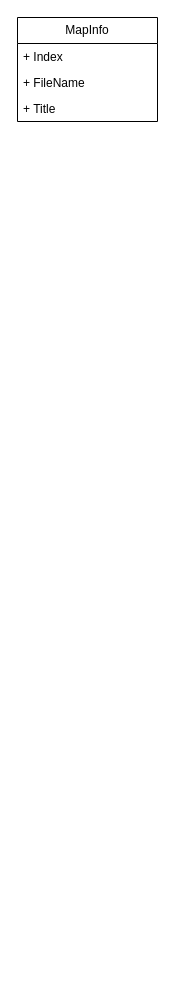
The draw.io diagram Untitled Diagram.drawio in tWX173908/pic, before the edit. Source tidied: cells renumbered, new cells numbered last; positions are measured from the earlier drawing's top-left corner, leaving out a move shared by most shapes. Both pictures are drawn from the tidied source at 100%, with x=0, y=0 at pixel (17, 17).
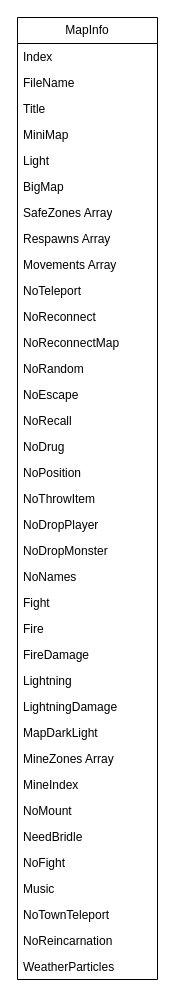
The same diagram, later.

Change to the diagram source:
```diff
@@
     <mxCell id="2" value="MapInfo" style="swimlane;fontStyle=0;horizontal=1;startSize=26;fillColor=none;whiteSpace=wrap;html=1;" parent="1" vertex="1">
-      <mxGeometry width="140" height="104" as="geometry" />
+      <mxGeometry width="140" height="962" as="geometry" />
     </mxCell>
-    <mxCell id="3" value="+ Index&lt;div&gt;&lt;br&gt;&lt;/div&gt;" style="text;strokeColor=none;fillColor=none;align=left;verticalAlign=top;spacingLeft=4;spacingRight=4;overflow=hidden;whiteSpace=wrap;html=1;" parent="2" vertex="1">
+    <mxCell id="3" value="Index" style="text;strokeColor=none;fillColor=none;align=left;verticalAlign=top;spacingLeft=4;spacingRight=4;overflow=hidden;whiteSpace=wrap;html=1;" parent="2" vertex="1">
       <mxGeometry y="26" width="140" height="26" as="geometry" />
     </mxCell>
-    <mxCell id="4" value="+ FileName&lt;div&gt;&lt;br&gt;&lt;/div&gt;" style="text;strokeColor=none;fillColor=none;align=left;verticalAlign=top;spacingLeft=4;spacingRight=4;overflow=hidden;whiteSpace=wrap;html=1;" parent="2" vertex="1">
+    <mxCell id="4" value="FileName" style="text;strokeColor=none;fillColor=none;align=left;verticalAlign=top;spacingLeft=4;spacingRight=4;overflow=hidden;whiteSpace=wrap;html=1;" parent="2" vertex="1">
       <mxGeometry y="52" width="140" height="26" as="geometry" />
     </mxCell>
-    <mxCell id="5" value="+ Title&lt;div&gt;&lt;br&gt;&lt;/div&gt;" style="text;strokeColor=none;fillColor=none;align=left;verticalAlign=top;spacingLeft=4;spacingRight=4;overflow=hidden;whiteSpace=wrap;html=1;" parent="2" vertex="1">
+    <mxCell id="5" value="Title" style="text;strokeColor=none;fillColor=none;align=left;verticalAlign=top;spacingLeft=4;spacingRight=4;overflow=hidden;whiteSpace=wrap;html=1;" parent="2" vertex="1">
       <mxGeometry y="78" width="140" height="26" as="geometry" />
     </mxCell>
+    <mxCell id="6" value="MiniMap" style="text;strokeColor=none;fillColor=none;align=left;verticalAlign=top;spacingLeft=4;spacingRight=4;overflow=hidden;whiteSpace=wrap;html=1;" parent="2" vertex="1">
+      <mxGeometry y="104" width="140" height="26" as="geometry" />
+    </mxCell>
+    <mxCell id="7" value="Light" style="text;strokeColor=none;fillColor=none;align=left;verticalAlign=top;spacingLeft=4;spacingRight=4;overflow=hidden;whiteSpace=wrap;html=1;" parent="2" vertex="1">
+      <mxGeometry y="130" width="140" height="26" as="geometry" />
+    </mxCell>
+    <mxCell id="8" value="BigMap" style="text;strokeColor=none;fillColor=none;align=left;verticalAlign=top;spacingLeft=4;spacingRight=4;overflow=hidden;whiteSpace=wrap;html=1;" parent="2" vertex="1">
+      <mxGeometry y="156" width="140" height="26" as="geometry" />
+    </mxCell>
+    <mxCell id="9" value="SafeZones Array" style="text;strokeColor=none;fillColor=none;align=left;verticalAlign=top;spacingLeft=4;spacingRight=4;overflow=hidden;whiteSpace=wrap;html=1;" parent="2" vertex="1">
+      <mxGeometry y="182" width="140" height="26" as="geometry" />
+    </mxCell>
+    <mxCell id="10" value="Respawns Array" style="text;strokeColor=none;fillColor=none;align=left;verticalAlign=top;spacingLeft=4;spacingRight=4;overflow=hidden;whiteSpace=wrap;html=1;" parent="2" vertex="1">
+      <mxGeometry y="208" width="140" height="26" as="geometry" />
+    </mxCell>
+    <mxCell id="11" value="Movements Array" style="text;strokeColor=none;fillColor=none;align=left;verticalAlign=top;spacingLeft=4;spacingRight=4;overflow=hidden;whiteSpace=wrap;html=1;" parent="2" vertex="1">
+      <mxGeometry y="234" width="140" height="26" as="geometry" />
+    </mxCell>
+    <mxCell id="12" value="NoTeleport" style="text;strokeColor=none;fillColor=none;align=left;verticalAlign=top;spacingLeft=4;spacingRight=4;overflow=hidden;whiteSpace=wrap;html=1;" parent="2" vertex="1">
+      <mxGeometry y="260" width="140" height="26" as="geometry" />
+    </mxCell>
+    <mxCell id="13" value="NoReconnect" style="text;strokeColor=none;fillColor=none;align=left;verticalAlign=top;spacingLeft=4;spacingRight=4;overflow=hidden;whiteSpace=wrap;html=1;" parent="2" vertex="1">
+      <mxGeometry y="286" width="140" height="26" as="geometry" />
+    </mxCell>
+    <mxCell id="14" value="NoReconnectMap" style="text;strokeColor=none;fillColor=none;align=left;verticalAlign=top;spacingLeft=4;spacingRight=4;overflow=hidden;whiteSpace=wrap;html=1;" parent="2" vertex="1">
+      <mxGeometry y="312" width="140" height="26" as="geometry" />
+    </mxCell>
+    <mxCell id="15" value="NoRandom" style="text;strokeColor=none;fillColor=none;align=left;verticalAlign=top;spacingLeft=4;spacingRight=4;overflow=hidden;whiteSpace=wrap;html=1;" parent="2" vertex="1">
+      <mxGeometry y="338" width="140" height="26" as="geometry" />
+    </mxCell>
+    <mxCell id="16" value="NoEscape" style="text;strokeColor=none;fillColor=none;align=left;verticalAlign=top;spacingLeft=4;spacingRight=4;overflow=hidden;whiteSpace=wrap;html=1;" parent="2" vertex="1">
+      <mxGeometry y="364" width="140" height="26" as="geometry" />
+    </mxCell>
+    <mxCell id="17" value="NoRecall" style="text;strokeColor=none;fillColor=none;align=left;verticalAlign=top;spacingLeft=4;spacingRight=4;overflow=hidden;whiteSpace=wrap;html=1;" parent="2" vertex="1">
+      <mxGeometry y="390" width="140" height="26" as="geometry" />
+    </mxCell>
+    <mxCell id="18" value="NoDrug" style="text;strokeColor=none;fillColor=none;align=left;verticalAlign=top;spacingLeft=4;spacingRight=4;overflow=hidden;whiteSpace=wrap;html=1;" parent="2" vertex="1">
+      <mxGeometry y="416" width="140" height="26" as="geometry" />
+    </mxCell>
+    <mxCell id="19" value="NoPosition" style="text;strokeColor=none;fillColor=none;align=left;verticalAlign=top;spacingLeft=4;spacingRight=4;overflow=hidden;whiteSpace=wrap;html=1;" parent="2" vertex="1">
+      <mxGeometry y="442" width="140" height="26" as="geometry" />
+    </mxCell>
+    <mxCell id="20" value="NoThrowItem" style="text;strokeColor=none;fillColor=none;align=left;verticalAlign=top;spacingLeft=4;spacingRight=4;overflow=hidden;whiteSpace=wrap;html=1;" parent="2" vertex="1">
+      <mxGeometry y="468" width="140" height="26" as="geometry" />
+    </mxCell>
+    <mxCell id="21" value="NoDropPlayer" style="text;strokeColor=none;fillColor=none;align=left;verticalAlign=top;spacingLeft=4;spacingRight=4;overflow=hidden;whiteSpace=wrap;html=1;" parent="2" vertex="1">
+      <mxGeometry y="494" width="140" height="26" as="geometry" />
+    </mxCell>
+    <mxCell id="22" value="NoDropMonster" style="text;strokeColor=none;fillColor=none;align=left;verticalAlign=top;spacingLeft=4;spacingRight=4;overflow=hidden;whiteSpace=wrap;html=1;" parent="2" vertex="1">
+      <mxGeometry y="520" width="140" height="26" as="geometry" />
+    </mxCell>
+    <mxCell id="23" value="NoNames" style="text;strokeColor=none;fillColor=none;align=left;verticalAlign=top;spacingLeft=4;spacingRight=4;overflow=hidden;whiteSpace=wrap;html=1;" parent="2" vertex="1">
+      <mxGeometry y="546" width="140" height="26" as="geometry" />
+    </mxCell>
+    <mxCell id="24" value="Fight" style="text;strokeColor=none;fillColor=none;align=left;verticalAlign=top;spacingLeft=4;spacingRight=4;overflow=hidden;whiteSpace=wrap;html=1;" parent="2" vertex="1">
+      <mxGeometry y="572" width="140" height="26" as="geometry" />
+    </mxCell>
+    <mxCell id="25" value="Fire" style="text;strokeColor=none;fillColor=none;align=left;verticalAlign=top;spacingLeft=4;spacingRight=4;overflow=hidden;whiteSpace=wrap;html=1;" parent="2" vertex="1">
+      <mxGeometry y="598" width="140" height="26" as="geometry" />
+    </mxCell>
+    <mxCell id="26" value="FireDamage" style="text;strokeColor=none;fillColor=none;align=left;verticalAlign=top;spacingLeft=4;spacingRight=4;overflow=hidden;whiteSpace=wrap;html=1;" parent="2" vertex="1">
+      <mxGeometry y="624" width="140" height="26" as="geometry" />
+    </mxCell>
+    <mxCell id="27" value="Lightning" style="text;strokeColor=none;fillColor=none;align=left;verticalAlign=top;spacingLeft=4;spacingRight=4;overflow=hidden;whiteSpace=wrap;html=1;" parent="2" vertex="1">
+      <mxGeometry y="650" width="140" height="26" as="geometry" />
+    </mxCell>
+    <mxCell id="28" value="LightningDamage" style="text;strokeColor=none;fillColor=none;align=left;verticalAlign=top;spacingLeft=4;spacingRight=4;overflow=hidden;whiteSpace=wrap;html=1;" parent="2" vertex="1">
+      <mxGeometry y="676" width="140" height="26" as="geometry" />
+    </mxCell>
+    <mxCell id="29" value="MapDarkLight" style="text;strokeColor=none;fillColor=none;align=left;verticalAlign=top;spacingLeft=4;spacingRight=4;overflow=hidden;whiteSpace=wrap;html=1;" parent="2" vertex="1">
+      <mxGeometry y="702" width="140" height="26" as="geometry" />
+    </mxCell>
+    <mxCell id="30" value="MineZones Array" style="text;strokeColor=none;fillColor=none;align=left;verticalAlign=top;spacingLeft=4;spacingRight=4;overflow=hidden;whiteSpace=wrap;html=1;" parent="2" vertex="1">
+      <mxGeometry y="728" width="140" height="26" as="geometry" />
+    </mxCell>
+    <mxCell id="31" value="MineIndex" style="text;strokeColor=none;fillColor=none;align=left;verticalAlign=top;spacingLeft=4;spacingRight=4;overflow=hidden;whiteSpace=wrap;html=1;" parent="2" vertex="1">
+      <mxGeometry y="754" width="140" height="26" as="geometry" />
+    </mxCell>
+    <mxCell id="32" value="NoMount" style="text;strokeColor=none;fillColor=none;align=left;verticalAlign=top;spacingLeft=4;spacingRight=4;overflow=hidden;whiteSpace=wrap;html=1;" parent="2" vertex="1">
+      <mxGeometry y="780" width="140" height="26" as="geometry" />
+    </mxCell>
+    <mxCell id="33" value="NeedBridle" style="text;strokeColor=none;fillColor=none;align=left;verticalAlign=top;spacingLeft=4;spacingRight=4;overflow=hidden;whiteSpace=wrap;html=1;" parent="2" vertex="1">
+      <mxGeometry y="806" width="140" height="26" as="geometry" />
+    </mxCell>
+    <mxCell id="34" value="NoFight" style="text;strokeColor=none;fillColor=none;align=left;verticalAlign=top;spacingLeft=4;spacingRight=4;overflow=hidden;whiteSpace=wrap;html=1;" parent="2" vertex="1">
+      <mxGeometry y="832" width="140" height="26" as="geometry" />
+    </mxCell>
+    <mxCell id="35" value="Music" style="text;strokeColor=none;fillColor=none;align=left;verticalAlign=top;spacingLeft=4;spacingRight=4;overflow=hidden;whiteSpace=wrap;html=1;" parent="2" vertex="1">
+      <mxGeometry y="858" width="140" height="26" as="geometry" />
+    </mxCell>
+    <mxCell id="36" value="NoTownTeleport" style="text;strokeColor=none;fillColor=none;align=left;verticalAlign=top;spacingLeft=4;spacingRight=4;overflow=hidden;whiteSpace=wrap;html=1;" parent="2" vertex="1">
+      <mxGeometry y="884" width="140" height="26" as="geometry" />
+    </mxCell>
+    <mxCell id="37" value="NoReincarnation" style="text;strokeColor=none;fillColor=none;align=left;verticalAlign=top;spacingLeft=4;spacingRight=4;overflow=hidden;whiteSpace=wrap;html=1;" parent="2" vertex="1">
+      <mxGeometry y="910" width="140" height="26" as="geometry" />
+    </mxCell>
+    <mxCell id="38" value="WeatherParticles" style="text;strokeColor=none;fillColor=none;align=left;verticalAlign=top;spacingLeft=4;spacingRight=4;overflow=hidden;whiteSpace=wrap;html=1;" parent="2" vertex="1">
+      <mxGeometry y="936" width="140" height="26" as="geometry" />
+    </mxCell>
```
